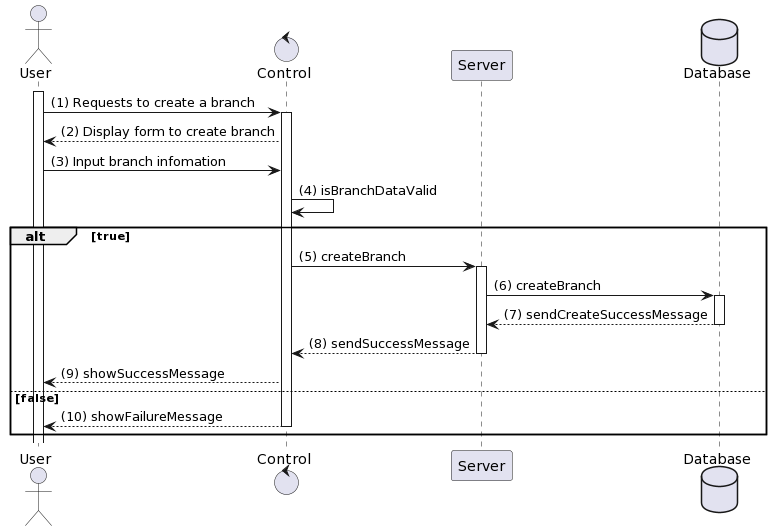
Before: Lab 1/Lab 1.2/sequence_diagram/branch_management/create_branch.png, a diagram exported from PlantUML (H1eu69/SE357-Pratice-class).
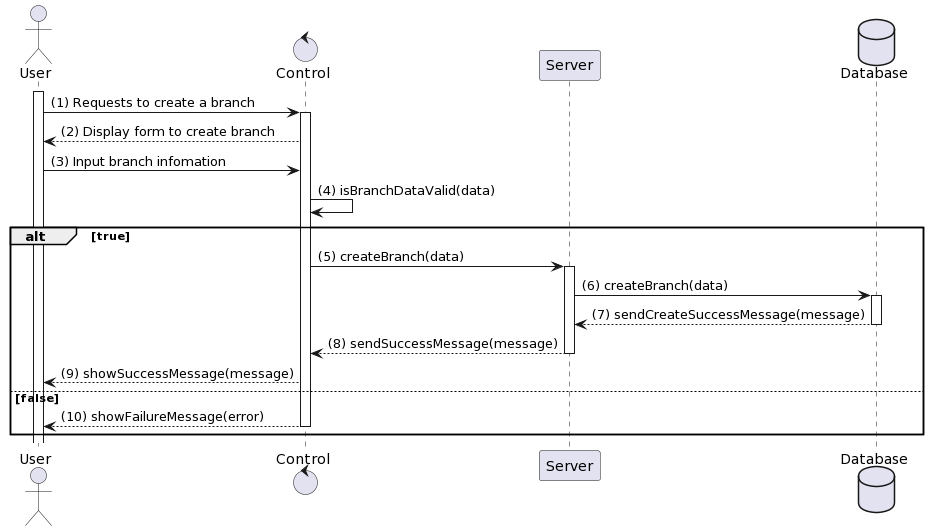
After the change.

Diff of the diagram source:
```diff
@@ -9,19 +9,19 @@
 activate C
 C --> User: (2) Display form to create branch
 User -> C: (3) Input branch infomation
-C -> C: (4) isBranchDataValid
+C -> C: (4) isBranchDataValid(data)
 alt true
-    C -> S: (5) createBranch
+    C -> S: (5) createBranch(data)
     activate S
-    S -> Database: (6) createBranch
+    S -> Database: (6) createBranch(data)
     activate Database
-    Database --> S: (7) sendCreateSuccessMessage
+    Database --> S: (7) sendCreateSuccessMessage(message)
     deactivate Database
-    S --> C: (8) sendSuccessMessage
+    S --> C: (8) sendSuccessMessage(message)
     deactivate S
-    C --> User: (9) showSuccessMessage
+    C --> User: (9) showSuccessMessage(message)
 else false
-    C --> User: (10) showFailureMessage
+    C --> User: (10) showFailureMessage(error)
     deactivate C
 end
 @enduml
```
